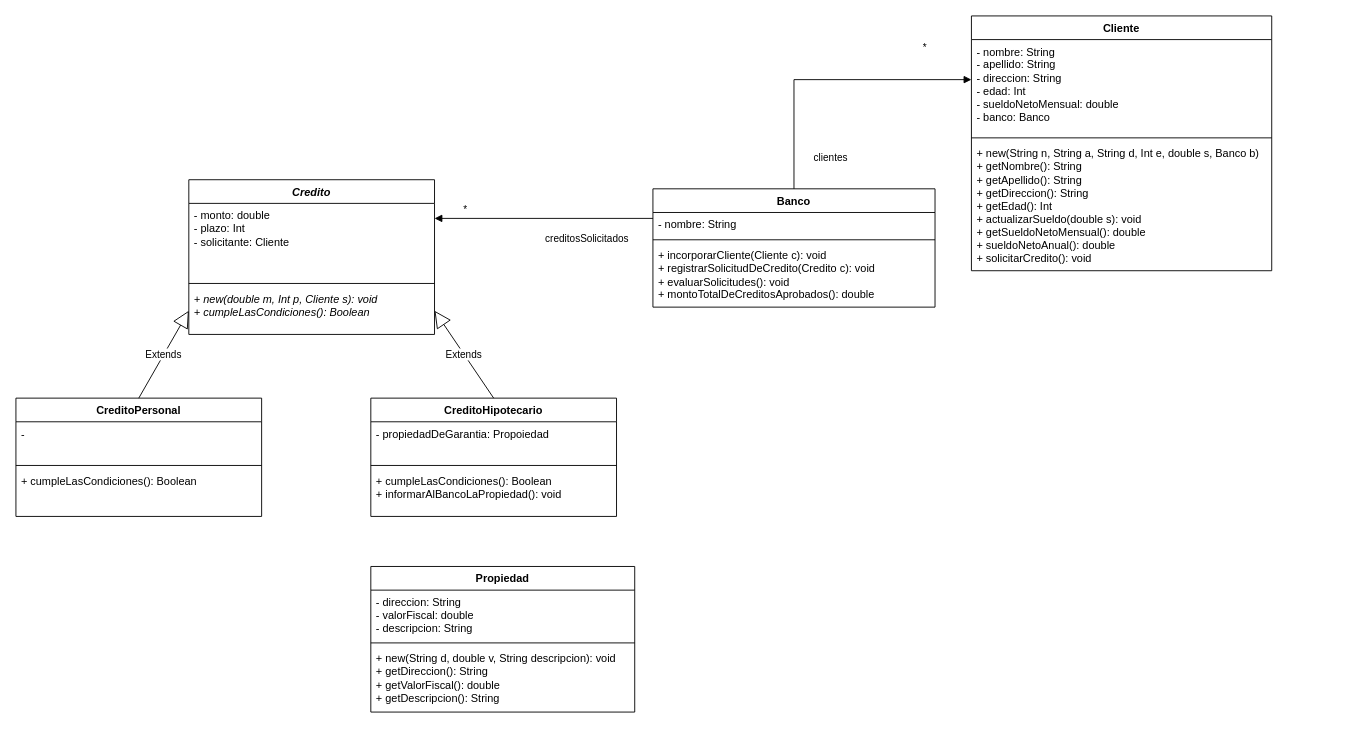
The draw.io diagram UML/tp solid.drawio in Tomas-Neira-Guitera/unqui-po2-Neira-Guitera, before the edit. Source tidied: cells renumbered, new cells numbered last; positions are measured from the earlier drawing's top-left corner, leaving out a move shared by most shapes. Both pictures are drawn from the tidied source at 91%, with x=0, y=0 at pixel (15, 15).
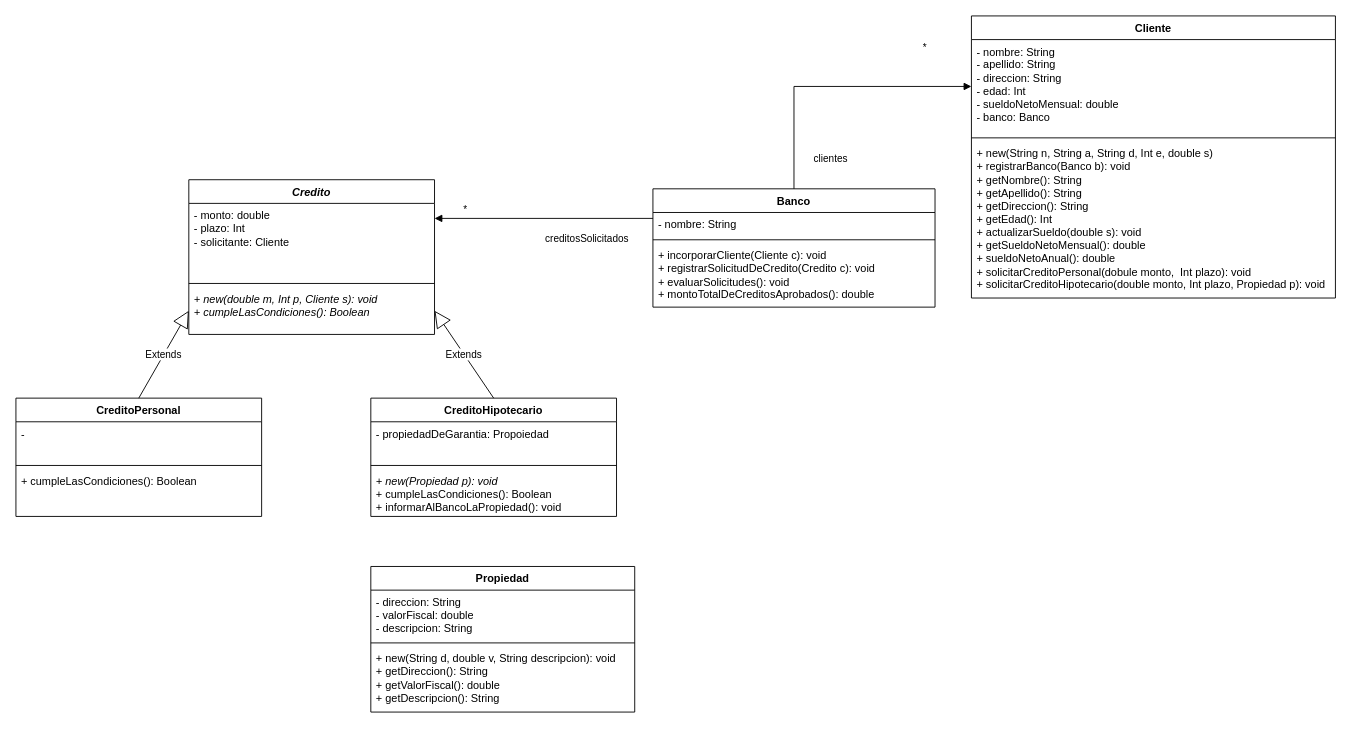
After the change.

Unchanged cells that the change refers to:
```xml
<mxCell id="22" value="CreditoHipotecario" style="swimlane;fontStyle=1;align=center;verticalAlign=top;horizontal=1;startSize=26;whiteSpace=wrap;html=1;" parent="1" vertex="1">
  <mxGeometry x="390" y="420" width="270" height="130" as="geometry" />
</mxCell>
```

Diff of the diagram source:
```diff
@@
     <mxCell id="2" value="Cliente" style="swimlane;fontStyle=1;align=center;verticalAlign=top;horizontal=1;startSize=26;whiteSpace=wrap;html=1;" parent="1" vertex="1">
-      <mxGeometry x="1050" width="330" height="280" as="geometry" />
+      <mxGeometry x="1050" width="400" height="310" as="geometry" />
     </mxCell>
     <mxCell id="3" value="- nombre: String&lt;div&gt;- apellido: String&lt;/div&gt;&lt;div&gt;- direccion: String&lt;/div&gt;&lt;div&gt;- edad: Int&lt;/div&gt;&lt;div&gt;- sueldoNetoMensual: double&lt;/div&gt;&lt;div&gt;- banco: Banco&lt;/div&gt;" style="text;strokeColor=none;fillColor=none;align=left;verticalAlign=top;spacingLeft=4;spacingRight=4;overflow=hidden;whiteSpace=wrap;html=1;" parent="2" vertex="1">
-      <mxGeometry y="26" width="330" height="104" as="geometry" />
+      <mxGeometry y="26" width="400" height="104" as="geometry" />
     </mxCell>
     <mxCell id="4" style="line;strokeWidth=1;fillColor=none;align=left;verticalAlign=middle;spacingTop=-1;spacingLeft=3;spacingRight=3;labelPosition=right;strokeColor=inherit;" parent="2" vertex="1">
-      <mxGeometry y="130" width="330" height="8" as="geometry" />
+      <mxGeometry y="130" width="400" height="8" as="geometry" />
     </mxCell>
-    <mxCell id="5" value="&lt;div&gt;+ new(String n, String a, String d, Int e, double s, Banco b)&lt;/div&gt;+ getNombre(): String&lt;div&gt;+ getApellido(): String&lt;div&gt;&lt;span style=&quot;background-color: initial;&quot;&gt;+ getDireccion(): String&lt;/span&gt;&lt;/div&gt;&lt;div&gt;+ getEdad(): Int&lt;/div&gt;&lt;div&gt;+ actualizarSueldo(double s): void&lt;/div&gt;&lt;div&gt;+ getSueldoNetoMensual(): double&lt;/div&gt;&lt;div&gt;+ sueldoNetoAnual(): double&lt;/div&gt;&lt;div&gt;+ solicitarCredito(): void&lt;/div&gt;&lt;div&gt;&lt;div&gt;&lt;br&gt;&lt;/div&gt;&lt;/div&gt;&lt;/div&gt;" style="text;strokeColor=none;fillColor=none;align=left;verticalAlign=top;spacingLeft=4;spacingRight=4;overflow=hidden;whiteSpace=wrap;html=1;" parent="2" vertex="1">
-      <mxGeometry y="138" width="330" height="142" as="geometry" />
+    <mxCell id="5" value="&lt;div&gt;+ new(String n, String a, String d, Int e, double s)&lt;/div&gt;&lt;div&gt;+ registrarBanco(&lt;span style=&quot;background-color: initial;&quot;&gt;Banco b&lt;/span&gt;&lt;span style=&quot;background-color: initial;&quot;&gt;): void&lt;/span&gt;&lt;/div&gt;+ getNombre(): String&lt;div&gt;+ getApellido(): String&lt;div&gt;&lt;span style=&quot;background-color: initial;&quot;&gt;+ getDireccion(): String&lt;/span&gt;&lt;/div&gt;&lt;div&gt;+ getEdad(): Int&lt;/div&gt;&lt;div&gt;+ actualizarSueldo(double s): void&lt;/div&gt;&lt;div&gt;+ getSueldoNetoMensual(): double&lt;/div&gt;&lt;div&gt;+ sueldoNetoAnual(): double&lt;/div&gt;&lt;div&gt;+ solicitarCreditoPersonal(dobule monto,&amp;nbsp; Int plazo): void&lt;/div&gt;&lt;div&gt;+ solicitarCreditoHipotecario(double monto, Int plazo, Propiedad p): void&lt;/div&gt;&lt;div&gt;&lt;br&gt;&lt;/div&gt;&lt;div&gt;&lt;div&gt;&lt;br&gt;&lt;/div&gt;&lt;/div&gt;&lt;/div&gt;" style="text;strokeColor=none;fillColor=none;align=left;verticalAlign=top;spacingLeft=4;spacingRight=4;overflow=hidden;whiteSpace=wrap;html=1;" parent="2" vertex="1">
+      <mxGeometry y="138" width="400" height="172" as="geometry" />
     </mxCell>
@@
-    <mxCell id="25" value="+ cumpleLasCondiciones(): Boolean&lt;div&gt;+ informarAlBancoLaPropiedad(): void&lt;/div&gt;" style="text;strokeColor=none;fillColor=none;align=left;verticalAlign=top;spacingLeft=4;spacingRight=4;overflow=hidden;whiteSpace=wrap;html=1;" parent="22" vertex="1">
+    <mxCell id="25" value="&lt;div&gt;&lt;i style=&quot;background-color: initial;&quot;&gt;+ new(Propiedad p): void&lt;/i&gt;&lt;/div&gt;&lt;div&gt;&lt;span style=&quot;background-color: initial;&quot;&gt;+ cumpleLasCondiciones(): Boolean&lt;/span&gt;&lt;br&gt;&lt;/div&gt;&lt;div&gt;+ informarAlBancoLaPropiedad(): void&lt;/div&gt;" style="text;strokeColor=none;fillColor=none;align=left;verticalAlign=top;spacingLeft=4;spacingRight=4;overflow=hidden;whiteSpace=wrap;html=1;" parent="22" vertex="1">
       <mxGeometry y="78" width="270" height="52" as="geometry" />
     </mxCell>
```
